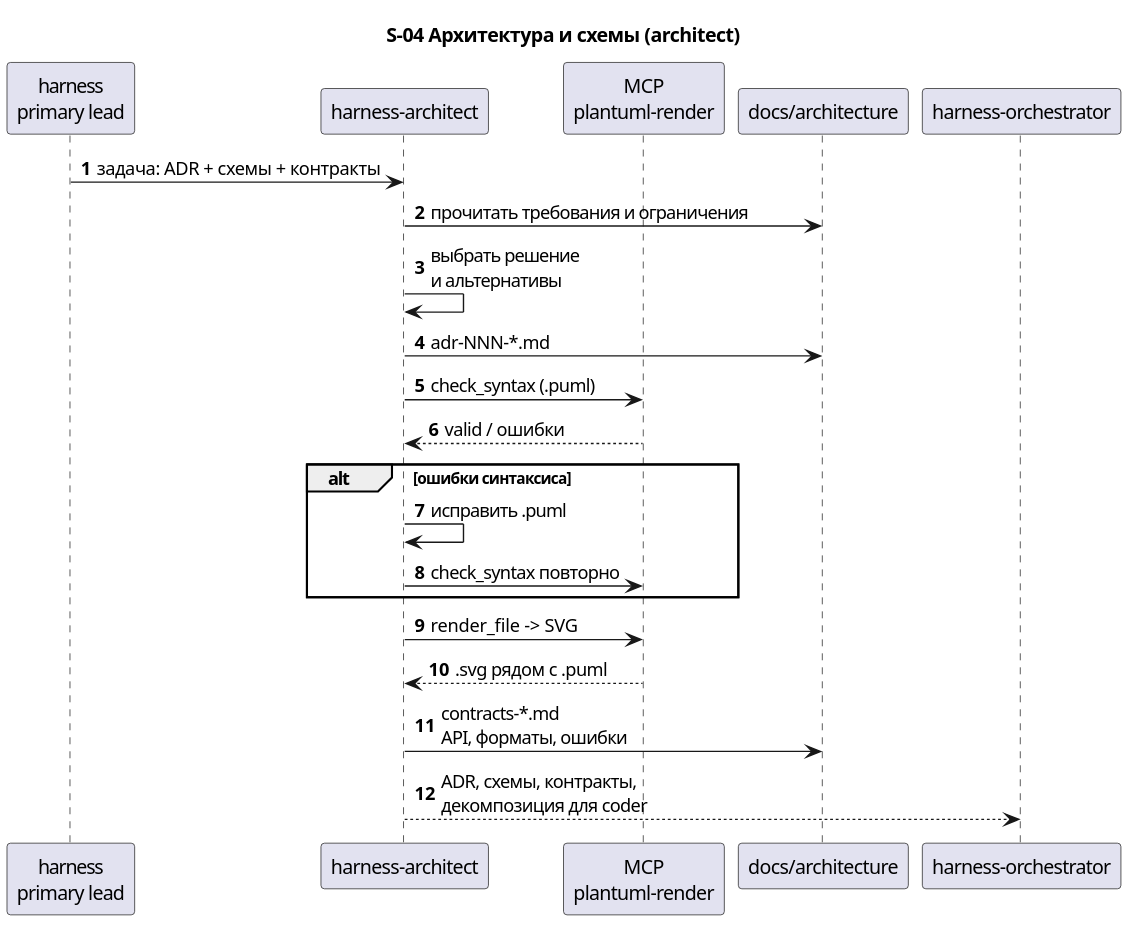
Before: docs/description/diagrams/seq-04-architect.svg, a diagram exported from PlantUML (serge-sasov/harness). Source of this version:
```plantuml
@startuml
autonumber
skinparam defaultFontName Segoe UI
title S-04 Архитектура и схемы (architect)

participant "harness\nprimary lead" as primary
participant "harness-architect" as arch
participant "MCP\nplantuml-render" as mcp
participant "docs/architecture" as docs
participant "harness-orchestrator" as orch

primary -> arch : задача: ADR + схемы + контракты
arch -> docs : прочитать требования и ограничения
arch -> arch : выбрать решение\nи альтернативы
arch -> docs : adr-NNN-*.md
arch -> mcp : check_syntax (.puml)
mcp --> arch : valid / ошибки
alt ошибки синтаксиса
  arch -> arch : исправить .puml
  arch -> mcp : check_syntax повторно
end
arch -> mcp : render_file -> SVG
mcp --> arch : .svg рядом с .puml
arch -> docs : contracts-*.md\nAPI, форматы, ошибки
arch --> orch : ADR, схемы, контракты,\nдекомпозиция для coder
@enduml
```
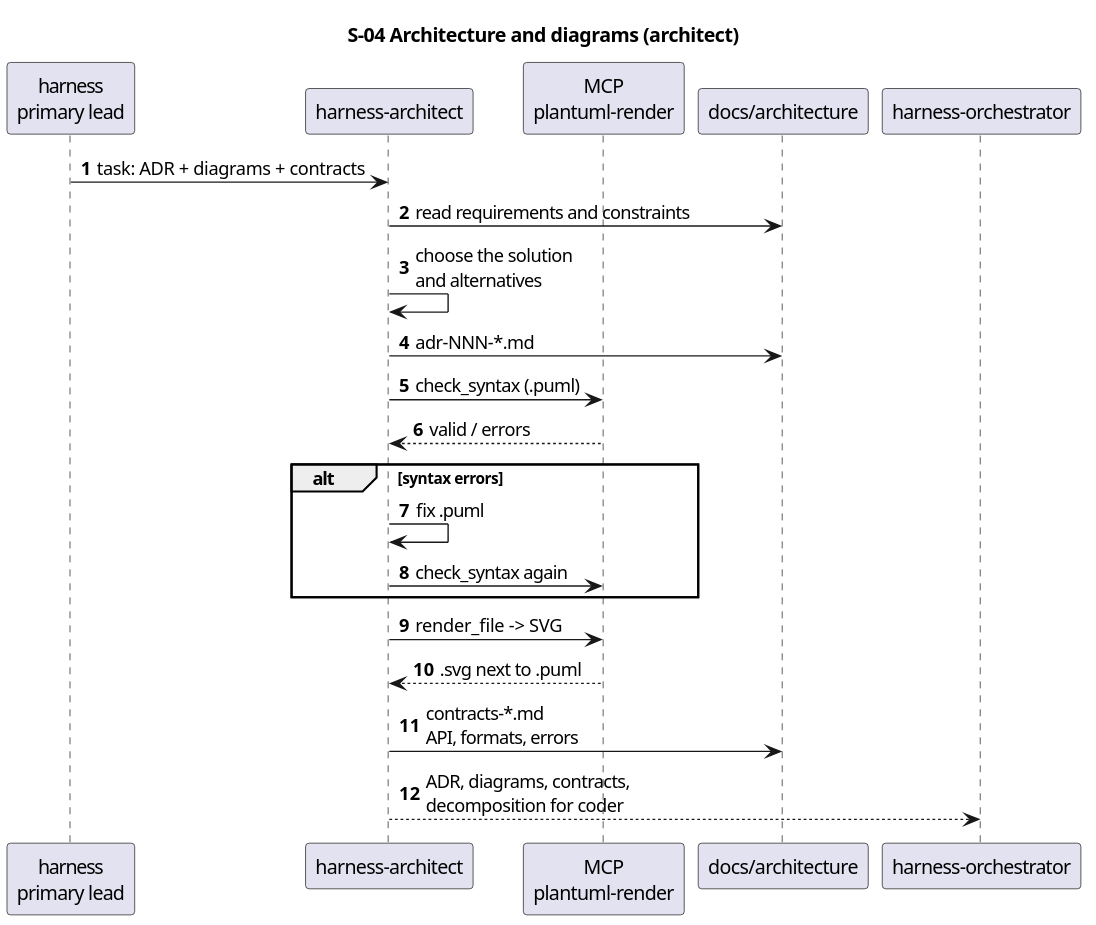
After the change.

The edit, as a diff of the source:
```diff
@@ -1,7 +1,7 @@
 @startuml
 autonumber
 skinparam defaultFontName Segoe UI
-title S-04 Архитектура и схемы (architect)
+title S-04 Architecture and diagrams (architect)
 
 participant "harness\nprimary lead" as primary
 participant "harness-architect" as arch
@@ -9,18 +9,18 @@
 participant "docs/architecture" as docs
 participant "harness-orchestrator" as orch
 
-primary -> arch : задача: ADR + схемы + контракты
-arch -> docs : прочитать требования и ограничения
-arch -> arch : выбрать решение\nи альтернативы
+primary -> arch : task: ADR + diagrams + contracts
+arch -> docs : read requirements and constraints
+arch -> arch : choose the solution\nand alternatives
 arch -> docs : adr-NNN-*.md
 arch -> mcp : check_syntax (.puml)
-mcp --> arch : valid / ошибки
-alt ошибки синтаксиса
-  arch -> arch : исправить .puml
-  arch -> mcp : check_syntax повторно
+mcp --> arch : valid / errors
+alt syntax errors
+  arch -> arch : fix .puml
+  arch -> mcp : check_syntax again
 end
 arch -> mcp : render_file -> SVG
-mcp --> arch : .svg рядом с .puml
-arch -> docs : contracts-*.md\nAPI, форматы, ошибки
-arch --> orch : ADR, схемы, контракты,\nдекомпозиция для coder
+mcp --> arch : .svg next to .puml
+arch -> docs : contracts-*.md\nAPI, formats, errors
+arch --> orch : ADR, diagrams, contracts,\ndecomposition for coder
 @enduml
```
